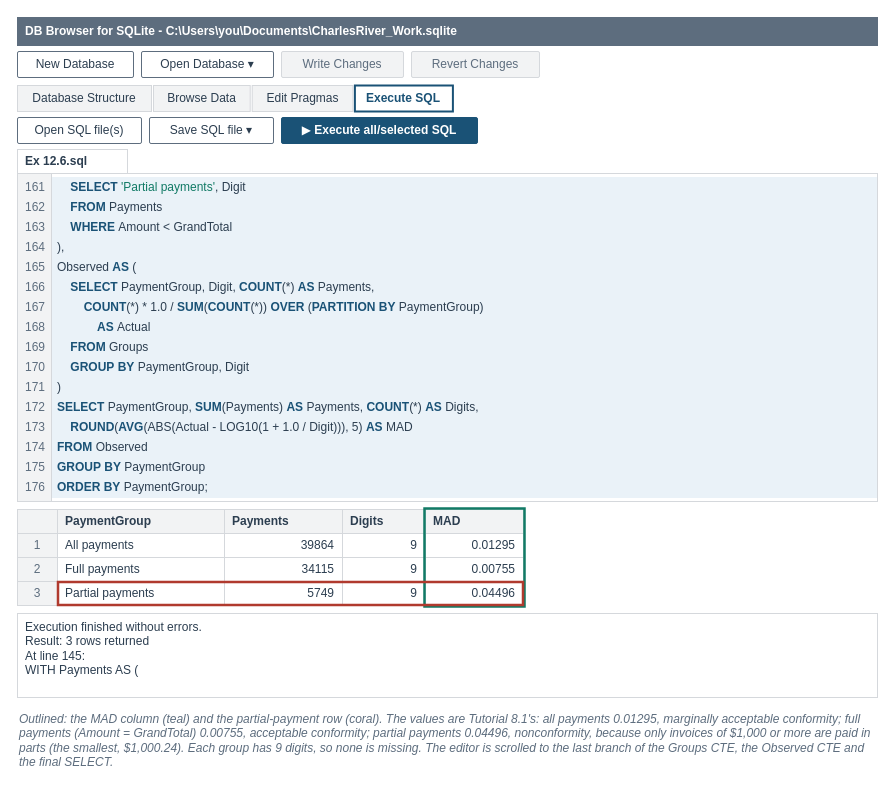
Before: facts/instructor/figures/chapter-12-sql-audit-analytics/IF-12-6-A.drawio in mmcodesso/Accounting_Analytics_Book, a draw.io diagram. Source tidied: cells renumbered, new cells numbered last; positions are measured from the earlier drawing's top-left corner, leaving out a move shared by most shapes. Both pictures are drawn from the tidied source at 100%, with x=0, y=0 at pixel (17, 17).
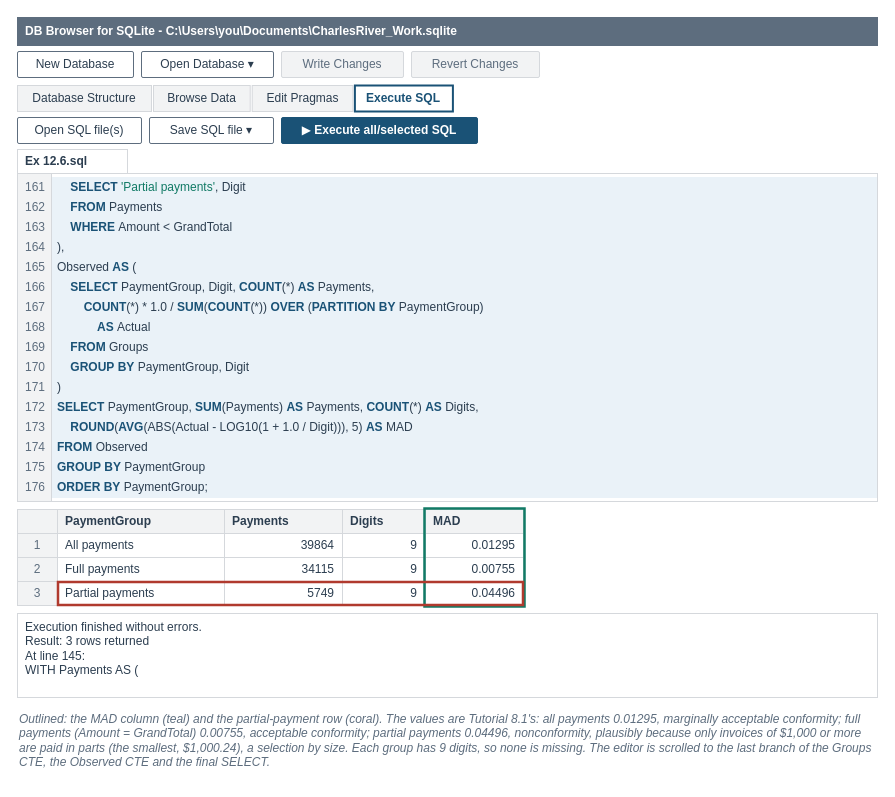
After the change.

The edit, as a diff of the source:
```diff
@@
-    <mxCell id="72" value="&lt;i&gt;Outlined: the MAD column (teal) and the partial-payment row (coral). The values are Tutorial 8.1's: all payments 0.01295, marginally acceptable conformity; full payments (Amount = GrandTotal) 0.00755, acceptable conformity; partial payments 0.04496, nonconformity, because only invoices of $1,000 or more are paid in parts (the smallest, $1,000.24). Each group has 9 digits, so none is missing. The editor is scrolled to the last branch of the Groups CTE, the Observed CTE and the final SELECT.&lt;/i&gt;" style="text;html=1;whiteSpace=wrap;align=left;verticalAlign=top;fontSize=12;fontColor=#5D6D7E;fontStyle=0;fontFamily=Helvetica;spacing=2;fillColor=none;strokeColor=none;" parent="1" vertex="1">
+    <mxCell id="72" value="&lt;i&gt;Outlined: the MAD column (teal) and the partial-payment row (coral). The values are Tutorial 8.1's: all payments 0.01295, marginally acceptable conformity; full payments (Amount = GrandTotal) 0.00755, acceptable conformity; partial payments 0.04496, nonconformity, plausibly because only invoices of $1,000 or more are paid in parts (the smallest, $1,000.24), a selection by size. Each group has 9 digits, so none is missing. The editor is scrolled to the last branch of the Groups CTE, the Observed CTE and the final SELECT.&lt;/i&gt;" style="text;html=1;whiteSpace=wrap;align=left;verticalAlign=top;fontSize=12;fontColor=#5D6D7E;fontStyle=0;fontFamily=Helvetica;spacing=2;fillColor=none;strokeColor=none;" parent="1" vertex="1">
       <mxGeometry y="688" width="860" height="72" as="geometry" />
     </mxCell>
```
